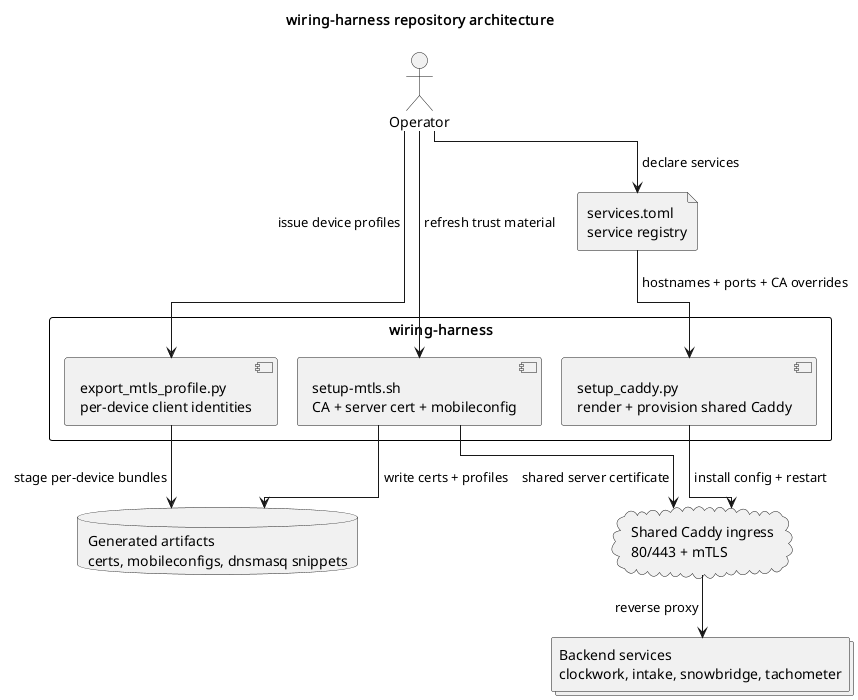
casonk/wiring-harness keeps this PlantUML diagram as docs/diagrams/repo-architecture.puml.png. Above is the earlier version. The source it was exported from:
```plantuml
@startuml
!pragma layout elk
title wiring-harness repository architecture

actor "Operator" as operator
file "services.toml\nservice registry" as registry

rectangle "wiring-harness" {
  component "setup-mtls.sh\nCA + server cert + mobileconfig" as mtls
  component "setup_caddy.py\nrender + provision shared Caddy" as caddy
  component "export_mtls_profile.py\nper-device client identities" as export
}

cloud "Shared Caddy ingress\n80/443 + mTLS" as ingress
collections "Backend services\nclockwork, intake, snowbridge, tachometer" as backends
database "Generated artifacts\ncerts, mobileconfigs, dnsmasq snippets" as artifacts

operator --> registry : declare services
registry --> caddy : hostnames + ports + CA overrides
operator --> mtls : refresh trust material
operator --> export : issue device profiles
mtls --> artifacts : write certs + profiles
export --> artifacts : stage per-device bundles
caddy --> ingress : install config + restart
ingress --> backends : reverse proxy
mtls --> ingress : shared server certificate

@enduml
```
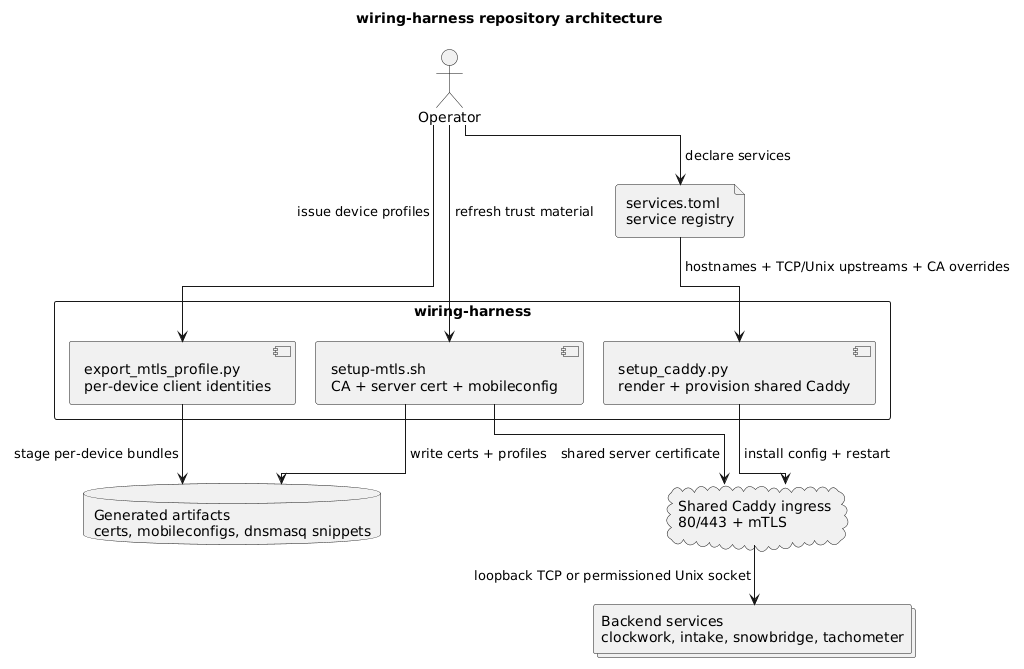
The same diagram one commit later.

Change to the diagram source:
```diff
@@ -16,13 +16,13 @@
 database "Generated artifacts\ncerts, mobileconfigs, dnsmasq snippets" as artifacts
 
 operator --> registry : declare services
-registry --> caddy : hostnames + ports + CA overrides
+registry --> caddy : hostnames + TCP/Unix upstreams + CA overrides
 operator --> mtls : refresh trust material
 operator --> export : issue device profiles
 mtls --> artifacts : write certs + profiles
 export --> artifacts : stage per-device bundles
 caddy --> ingress : install config + restart
-ingress --> backends : reverse proxy
+ingress --> backends : loopback TCP or permissioned Unix socket
 mtls --> ingress : shared server certificate
 
 @enduml
```
